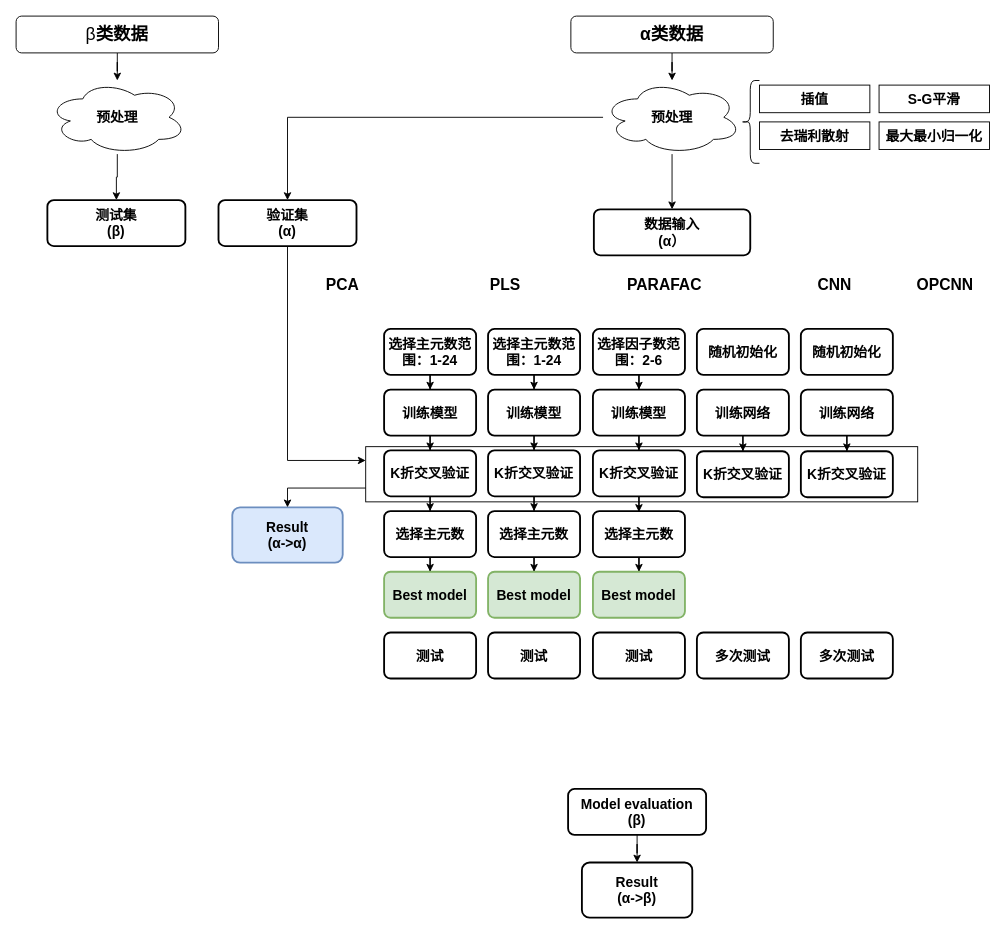
Above: big_paper/第三章.drawio in chbambooshoot/digram (draw.io), before the change. Source tidied: cells renumbered, new cells numbered last; positions are measured from the earlier drawing's top-left corner, leaving out a move shared by most shapes. Both pictures are drawn from the tidied source at 92%, with x=0, y=0 at pixel (16, 16).
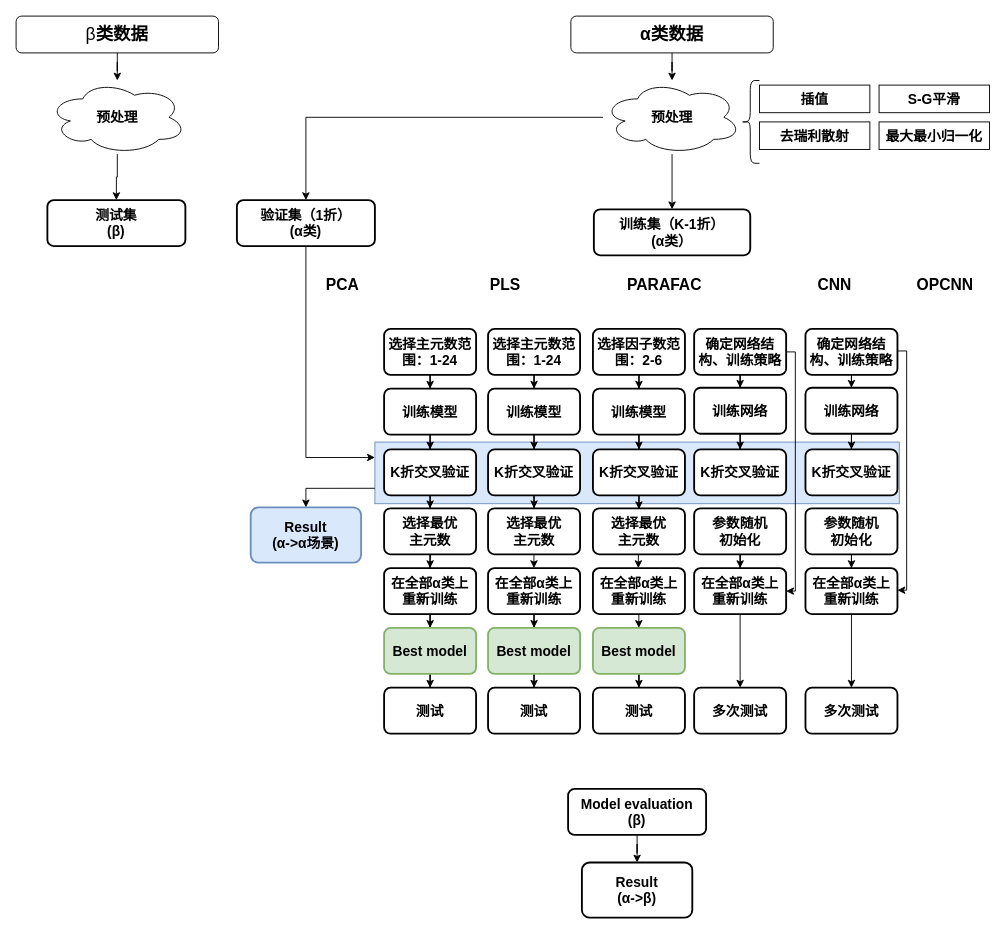
The same diagram, later.

Commit message (it also covers changes not shown here):
更新第三章.drawio

The edit, as a diff of the source:
```diff
@@
-    <mxCell id="2" style="rounded=0;whiteSpace=wrap;html=1;fillColor=none;" parent="1" vertex="1">
-      <mxGeometry x="380" y="468" width="600" height="60" as="geometry" />
+    <mxCell id="2" style="rounded=0;whiteSpace=wrap;html=1;fillColor=#dae8fc;strokeColor=#6c8ebf;" parent="1" vertex="1">
+      <mxGeometry x="390" y="463" width="570" height="67" as="geometry" />
     </mxCell>
-    <mxCell id="3" value="数据输入&lt;br style=&quot;font-size: 15px;&quot;&gt;(α）" style="rounded=1;whiteSpace=wrap;html=1;absoluteArcSize=1;arcSize=14;strokeWidth=2;fontSize=15;fontStyle=1;fontFamily=仿宋;" parent="1" vertex="1">
+    <mxCell id="3" value="训练集（K-1折）&lt;br style=&quot;font-size: 15px;&quot;&gt;(α类）" style="rounded=1;whiteSpace=wrap;html=1;absoluteArcSize=1;arcSize=14;strokeWidth=2;fontSize=15;fontStyle=1;fontFamily=仿宋;" parent="1" vertex="1">
       <mxGeometry x="628" y="210" width="170" height="50" as="geometry" />
     </mxCell>
@@
     <mxCell id="16" value="训练模型" style="rounded=1;whiteSpace=wrap;html=1;absoluteArcSize=1;arcSize=14;strokeWidth=2;fontSize=15;fontStyle=1;fontFamily=仿宋;" parent="1" vertex="1">
-      <mxGeometry x="513" y="406" width="100" height="50" as="geometry" />
+      <mxGeometry x="513" y="405" width="100" height="50" as="geometry" />
     </mxCell>
@@
     <mxCell id="18" value="训练模型" style="rounded=1;whiteSpace=wrap;html=1;absoluteArcSize=1;arcSize=14;strokeWidth=2;fontSize=15;fontStyle=1;fontFamily=仿宋;" parent="1" vertex="1">
-      <mxGeometry x="627" y="406" width="100" height="50" as="geometry" />
+      <mxGeometry x="627" y="405" width="100" height="50" as="geometry" />
     </mxCell>
@@
-    <mxCell id="20" value="训练网络" style="rounded=1;whiteSpace=wrap;html=1;absoluteArcSize=1;arcSize=14;strokeWidth=2;fontSize=15;fontStyle=1;fontFamily=仿宋;" parent="1" vertex="1">
-      <mxGeometry x="740" y="406" width="100" height="50" as="geometry" />
-    </mxCell>
@@
-    <mxCell id="24" value="验证集&lt;br style=&quot;font-size: 15px;&quot;&gt;(α)" style="rounded=1;whiteSpace=wrap;html=1;absoluteArcSize=1;arcSize=14;strokeWidth=2;fontSize=15;fontStyle=1;fontFamily=仿宋;" parent="1" vertex="1">
-      <mxGeometry x="220" y="200" width="150" height="50" as="geometry" />
+    <mxCell id="24" value="验证集（1折）&lt;br style=&quot;font-size: 15px;&quot;&gt;(α类)" style="rounded=1;whiteSpace=wrap;html=1;absoluteArcSize=1;arcSize=14;strokeWidth=2;fontSize=15;fontStyle=1;fontFamily=仿宋;" parent="1" vertex="1">
+      <mxGeometry x="240" y="200" width="150" height="50" as="geometry" />
     </mxCell>
-    <mxCell id="25" value="Result&lt;br style=&quot;font-size: 15px;&quot;&gt;(α-&amp;gt;α)" style="whiteSpace=wrap;html=1;rounded=1;arcSize=14;strokeWidth=2;fontSize=15;fontStyle=1;fontFamily=仿宋;fillColor=#dae8fc;strokeColor=#6c8ebf;" parent="1" vertex="1">
-      <mxGeometry x="235" y="534" width="120" height="60" as="geometry" />
+    <mxCell id="25" value="Result&lt;br style=&quot;font-size: 15px;&quot;&gt;(α-&amp;gt;α场景)" style="whiteSpace=wrap;html=1;rounded=1;arcSize=14;strokeWidth=2;fontSize=15;fontStyle=1;fontFamily=仿宋;fillColor=#dae8fc;strokeColor=#6c8ebf;" parent="1" vertex="1">
+      <mxGeometry x="255" y="534" width="120" height="60" as="geometry" />
     </mxCell>
@@
-    <mxCell id="33" value="训练网络" style="rounded=1;whiteSpace=wrap;html=1;absoluteArcSize=1;arcSize=14;strokeWidth=2;fontSize=15;fontStyle=1;fontFamily=仿宋;" parent="1" vertex="1">
-      <mxGeometry x="853" y="406" width="100" height="50" as="geometry" />
-    </mxCell>
@@
     <mxCell id="45" value="训练模型" style="rounded=1;whiteSpace=wrap;html=1;absoluteArcSize=1;arcSize=14;strokeWidth=2;fontSize=15;fontStyle=1;fontFamily=仿宋;" parent="1" vertex="1">
-      <mxGeometry x="400" y="406" width="100" height="50" as="geometry" />
+      <mxGeometry x="400" y="405" width="100" height="50" as="geometry" />
     </mxCell>
@@
     <mxCell id="47" value="K折交叉验证" style="rounded=1;whiteSpace=wrap;html=1;absoluteArcSize=1;arcSize=14;strokeWidth=2;fontSize=15;fontStyle=1;fontFamily=仿宋;" parent="1" vertex="1">
-      <mxGeometry x="400" y="472" width="100" height="50" as="geometry" />
+      <mxGeometry x="400" y="471" width="100" height="50" as="geometry" />
     </mxCell>
@@
     <mxCell id="49" value="K折交叉验证" style="rounded=1;whiteSpace=wrap;html=1;absoluteArcSize=1;arcSize=14;strokeWidth=2;fontSize=15;fontStyle=1;fontFamily=仿宋;" parent="1" vertex="1">
-      <mxGeometry x="513" y="472" width="100" height="50" as="geometry" />
+      <mxGeometry x="513" y="471" width="100" height="50" as="geometry" />
     </mxCell>
     <mxCell id="50" value="K折交叉验证" style="rounded=1;whiteSpace=wrap;html=1;absoluteArcSize=1;arcSize=14;strokeWidth=2;fontSize=15;fontStyle=1;fontFamily=仿宋;" parent="1" vertex="1">
-      <mxGeometry x="740" y="473" width="100" height="50" as="geometry" />
+      <mxGeometry x="737" y="471" width="100" height="50" as="geometry" />
     </mxCell>
     <mxCell id="51" value="K折交叉验证" style="rounded=1;whiteSpace=wrap;html=1;absoluteArcSize=1;arcSize=14;strokeWidth=2;fontSize=15;fontStyle=1;fontFamily=仿宋;" parent="1" vertex="1">
-      <mxGeometry x="853" y="473" width="100" height="50" as="geometry" />
+      <mxGeometry x="858" y="471" width="100" height="50" as="geometry" />
     </mxCell>
-    <mxCell id="52" style="edgeStyle=orthogonalEdgeStyle;rounded=0;jettySize=auto;html=1;entryX=0.5;entryY=0;entryDx=0;entryDy=0;" parent="1" edge="1" source="53" target="60">
-      <mxGeometry relative="1" as="geometry" />
-    </mxCell>
+    <mxCell id="71" style="edgeStyle=orthogonalEdgeStyle;rounded=0;jettySize=auto;html=1;" parent="1" edge="1" source="53" target="77">
+      <mxGeometry relative="1" as="geometry" />
+    </mxCell>
-    <mxCell id="53" value="选择主元数" style="rounded=1;whiteSpace=wrap;html=1;absoluteArcSize=1;arcSize=14;strokeWidth=2;fontSize=15;fontStyle=1;fontFamily=仿宋;" parent="1" vertex="1">
-      <mxGeometry x="400" y="538" width="100" height="50" as="geometry" />
+    <mxCell id="53" value="选择最优&lt;br&gt;主元数" style="rounded=1;whiteSpace=wrap;html=1;absoluteArcSize=1;arcSize=14;strokeWidth=2;fontSize=15;fontStyle=1;fontFamily=仿宋;" parent="1" vertex="1">
+      <mxGeometry x="400" y="535" width="100" height="50" as="geometry" />
     </mxCell>
-    <mxCell id="54" style="edgeStyle=orthogonalEdgeStyle;rounded=0;jettySize=auto;html=1;" parent="1" edge="1" source="55" target="58">
-      <mxGeometry relative="1" as="geometry" />
-    </mxCell>
-    <mxCell id="55" value="选择主元数" style="rounded=1;whiteSpace=wrap;html=1;absoluteArcSize=1;arcSize=14;strokeWidth=2;fontSize=15;fontStyle=1;fontFamily=仿宋;" parent="1" vertex="1">
-      <mxGeometry x="513" y="538" width="100" height="50" as="geometry" />
+    <mxCell id="55" value="选择最优&lt;br style=&quot;border-color: var(--border-color);&quot;&gt;主元数" style="rounded=1;whiteSpace=wrap;html=1;absoluteArcSize=1;arcSize=14;strokeWidth=2;fontSize=15;fontStyle=1;fontFamily=仿宋;" parent="1" vertex="1">
+      <mxGeometry x="513" y="535" width="100" height="50" as="geometry" />
     </mxCell>
-    <mxCell id="56" style="edgeStyle=orthogonalEdgeStyle;rounded=0;jettySize=auto;html=1;" parent="1" edge="1" source="63" target="59">
-      <mxGeometry relative="1" as="geometry" />
-    </mxCell>
@@
-    <mxCell id="58" value="Best model" style="rounded=1;whiteSpace=wrap;html=1;absoluteArcSize=1;arcSize=14;strokeWidth=2;fillColor=#d5e8d4;strokeColor=#82b366;fontSize=15;fontStyle=1;fontFamily=仿宋;" parent="1" vertex="1">
-      <mxGeometry x="513" y="604" width="100" height="50" as="geometry" />
-    </mxCell>
-    <mxCell id="59" value="Best model" style="rounded=1;whiteSpace=wrap;html=1;absoluteArcSize=1;arcSize=14;strokeWidth=2;fillColor=#d5e8d4;strokeColor=#82b366;fontSize=15;fontStyle=1;fontFamily=仿宋;" parent="1" vertex="1">
-      <mxGeometry x="627" y="604" width="100" height="50" as="geometry" />
-    </mxCell>
-    <mxCell id="60" value="Best model" style="rounded=1;whiteSpace=wrap;html=1;absoluteArcSize=1;arcSize=14;strokeWidth=2;fillColor=#d5e8d4;strokeColor=#82b366;fontSize=15;fontStyle=1;fontFamily=仿宋;" parent="1" vertex="1">
-      <mxGeometry x="400" y="604" width="100" height="50" as="geometry" />
-    </mxCell>
+    <mxCell id="72" style="edgeStyle=orthogonalEdgeStyle;rounded=0;jettySize=auto;html=1;" parent="1" edge="1" source="58" target="65">
+      <mxGeometry relative="1" as="geometry" />
+    </mxCell>
+    <mxCell id="73" style="edgeStyle=orthogonalEdgeStyle;rounded=0;jettySize=auto;html=1;" parent="1" edge="1" source="60" target="64">
+      <mxGeometry relative="1" as="geometry" />
+    </mxCell>
@@
     <mxCell id="62" value="K折交叉验证" style="rounded=1;whiteSpace=wrap;html=1;absoluteArcSize=1;arcSize=14;strokeWidth=2;fontSize=15;fontStyle=1;fontFamily=仿宋;" parent="1" vertex="1">
-      <mxGeometry x="627" y="472" width="100" height="50" as="geometry" />
+      <mxGeometry x="627" y="471" width="100" height="50" as="geometry" />
     </mxCell>
-    <mxCell id="63" value="选择主元数" style="rounded=1;whiteSpace=wrap;html=1;absoluteArcSize=1;arcSize=14;strokeWidth=2;fontSize=15;fontStyle=1;fontFamily=仿宋;" parent="1" vertex="1">
-      <mxGeometry x="627" y="538" width="100" height="50" as="geometry" />
+    <mxCell id="63" value="选择最优&lt;br style=&quot;border-color: var(--border-color);&quot;&gt;主元数" style="rounded=1;whiteSpace=wrap;html=1;absoluteArcSize=1;arcSize=14;strokeWidth=2;fontSize=15;fontStyle=1;fontFamily=仿宋;" parent="1" vertex="1">
+      <mxGeometry x="627" y="535" width="100" height="50" as="geometry" />
     </mxCell>
     <mxCell id="64" value="测试" style="rounded=1;whiteSpace=wrap;html=1;absoluteArcSize=1;arcSize=14;strokeWidth=2;fontSize=15;fontStyle=1;fontFamily=仿宋;" parent="1" vertex="1">
-      <mxGeometry x="400" y="670" width="100" height="50" as="geometry" />
+      <mxGeometry x="400" y="730" width="100" height="50" as="geometry" />
     </mxCell>
     <mxCell id="65" value="测试" style="rounded=1;whiteSpace=wrap;html=1;absoluteArcSize=1;arcSize=14;strokeWidth=2;fontSize=15;fontStyle=1;fontFamily=仿宋;" parent="1" vertex="1">
-      <mxGeometry x="513" y="670" width="100" height="50" as="geometry" />
+      <mxGeometry x="513" y="730" width="100" height="50" as="geometry" />
     </mxCell>
-    <mxCell id="66" value="测试" style="rounded=1;whiteSpace=wrap;html=1;absoluteArcSize=1;arcSize=14;strokeWidth=2;fontSize=15;fontStyle=1;fontFamily=仿宋;" parent="1" vertex="1">
-      <mxGeometry x="627" y="670" width="100" height="50" as="geometry" />
-    </mxCell>
     <mxCell id="67" value="多次测试" style="rounded=1;whiteSpace=wrap;html=1;absoluteArcSize=1;arcSize=14;strokeWidth=2;fontSize=15;fontStyle=1;fontFamily=仿宋;" parent="1" vertex="1">
-      <mxGeometry x="740" y="670" width="100" height="50" as="geometry" />
+      <mxGeometry x="737" y="730" width="100" height="50" as="geometry" />
     </mxCell>
     <mxCell id="68" value="多次测试" style="rounded=1;whiteSpace=wrap;html=1;absoluteArcSize=1;arcSize=14;strokeWidth=2;fontSize=15;fontStyle=1;fontFamily=仿宋;" parent="1" vertex="1">
-      <mxGeometry x="853" y="670" width="100" height="50" as="geometry" />
+      <mxGeometry x="858" y="730" width="100" height="50" as="geometry" />
     </mxCell>
+    <mxCell id="74" style="edgeStyle=orthogonalEdgeStyle;rounded=0;jettySize=auto;html=1;" parent="1" edge="1" source="69" target="80">
+      <mxGeometry relative="1" as="geometry" />
+    </mxCell>
-    <mxCell id="69" value="随机初始化" style="rounded=1;whiteSpace=wrap;html=1;absoluteArcSize=1;arcSize=14;strokeWidth=2;fontSize=15;fontStyle=1;fontFamily=仿宋;" parent="1" vertex="1">
-      <mxGeometry x="740" y="340" width="100" height="50" as="geometry" />
+    <mxCell id="69" value="参数随机&lt;br&gt;初始化" style="rounded=1;whiteSpace=wrap;html=1;absoluteArcSize=1;arcSize=14;strokeWidth=2;fontSize=15;fontStyle=1;fontFamily=仿宋;" parent="1" vertex="1">
+      <mxGeometry x="737" y="535" width="100" height="50" as="geometry" />
     </mxCell>
+    <mxCell id="75" style="edgeStyle=orthogonalEdgeStyle;rounded=0;jettySize=auto;html=1;" parent="1" edge="1" source="70" target="82">
+      <mxGeometry relative="1" as="geometry" />
+    </mxCell>
-    <mxCell id="70" value="随机初始化" style="rounded=1;whiteSpace=wrap;html=1;absoluteArcSize=1;arcSize=14;strokeWidth=2;fontSize=15;fontStyle=1;fontFamily=仿宋;" parent="1" vertex="1">
-      <mxGeometry x="853" y="340" width="100" height="50" as="geometry" />
+    <mxCell id="70" value="参数随机&lt;br style=&quot;border-color: var(--border-color);&quot;&gt;初始化" style="rounded=1;whiteSpace=wrap;html=1;absoluteArcSize=1;arcSize=14;strokeWidth=2;fontSize=15;fontStyle=1;fontFamily=仿宋;" parent="1" vertex="1">
+      <mxGeometry x="858" y="535" width="100" height="50" as="geometry" />
     </mxCell>
+    <mxCell id="76" style="edgeStyle=orthogonalEdgeStyle;rounded=0;jettySize=auto;html=1;" parent="1" edge="1" source="77" target="60">
+      <mxGeometry relative="1" as="geometry" />
+    </mxCell>
+    <mxCell id="77" value="在全部α类上重新训练" style="rounded=1;whiteSpace=wrap;html=1;absoluteArcSize=1;arcSize=14;strokeWidth=2;fontSize=15;fontStyle=1;fontFamily=仿宋;" parent="1" vertex="1">
+      <mxGeometry x="400" y="600" width="100" height="50" as="geometry" />
+    </mxCell>
+    <mxCell id="78" value="在全部α类上重新训练" style="rounded=1;whiteSpace=wrap;html=1;absoluteArcSize=1;arcSize=14;strokeWidth=2;fontSize=15;fontStyle=1;fontFamily=仿宋;" parent="1" vertex="1">
+      <mxGeometry x="627" y="600" width="100" height="50" as="geometry" />
+    </mxCell>
+    <mxCell id="79" style="edgeStyle=orthogonalEdgeStyle;rounded=0;jettySize=auto;html=1;" parent="1" edge="1" source="80" target="67">
+      <mxGeometry relative="1" as="geometry" />
+    </mxCell>
+    <mxCell id="80" value="在全部α类上重新训练" style="rounded=1;whiteSpace=wrap;html=1;absoluteArcSize=1;arcSize=14;strokeWidth=2;fontSize=15;fontStyle=1;fontFamily=仿宋;" parent="1" vertex="1">
+      <mxGeometry x="737" y="600" width="100" height="50" as="geometry" />
+    </mxCell>
+    <mxCell id="81" style="edgeStyle=orthogonalEdgeStyle;rounded=0;jettySize=auto;html=1;" parent="1" edge="1" source="82" target="68">
+      <mxGeometry relative="1" as="geometry" />
+    </mxCell>
+    <mxCell id="82" value="在全部α类上重新训练" style="rounded=1;whiteSpace=wrap;html=1;absoluteArcSize=1;arcSize=14;strokeWidth=2;fontSize=15;fontStyle=1;fontFamily=仿宋;" parent="1" vertex="1">
+      <mxGeometry x="858" y="600" width="100" height="50" as="geometry" />
+    </mxCell>
+    <mxCell id="83" style="edgeStyle=orthogonalEdgeStyle;rounded=0;orthogonalLoop=1;jettySize=auto;html=1;entryX=0.5;entryY=0;entryDx=0;entryDy=0;" parent="1" edge="1">
+      <mxGeometry relative="1" as="geometry">
+        <mxPoint x="676.9" y="650" as="sourcePoint" />
+        <mxPoint x="676.9" y="665" as="targetPoint" />
+      </mxGeometry>
+    </mxCell>
+    <mxCell id="84" style="edgeStyle=orthogonalEdgeStyle;rounded=0;jettySize=auto;html=1;" parent="1" edge="1" source="59" target="66">
+      <mxGeometry relative="1" as="geometry" />
+    </mxCell>
+    <mxCell id="59" value="Best model" style="rounded=1;whiteSpace=wrap;html=1;absoluteArcSize=1;arcSize=14;strokeWidth=2;fillColor=#d5e8d4;strokeColor=#82b366;fontSize=15;fontStyle=1;fontFamily=仿宋;" parent="1" vertex="1">
+      <mxGeometry x="627" y="665" width="100" height="50" as="geometry" />
+    </mxCell>
+    <mxCell id="60" value="Best model" style="rounded=1;whiteSpace=wrap;html=1;absoluteArcSize=1;arcSize=14;strokeWidth=2;fillColor=#d5e8d4;strokeColor=#82b366;fontSize=15;fontStyle=1;fontFamily=仿宋;" parent="1" vertex="1">
+      <mxGeometry x="400" y="665" width="100" height="50" as="geometry" />
+    </mxCell>
+    <mxCell id="85" style="edgeStyle=orthogonalEdgeStyle;rounded=0;jettySize=auto;html=1;entryX=0.5;entryY=0;entryDx=0;entryDy=0;" parent="1" edge="1" source="86" target="58">
+      <mxGeometry relative="1" as="geometry" />
+    </mxCell>
+    <mxCell id="58" value="Best model" style="rounded=1;whiteSpace=wrap;html=1;absoluteArcSize=1;arcSize=14;strokeWidth=2;fillColor=#d5e8d4;strokeColor=#82b366;fontSize=15;fontStyle=1;fontFamily=仿宋;" parent="1" vertex="1">
+      <mxGeometry x="513" y="665" width="100" height="50" as="geometry" />
+    </mxCell>
+    <mxCell id="66" value="测试" style="rounded=1;whiteSpace=wrap;html=1;absoluteArcSize=1;arcSize=14;strokeWidth=2;fontSize=15;fontStyle=1;fontFamily=仿宋;" parent="1" vertex="1">
+      <mxGeometry x="627" y="730" width="100" height="50" as="geometry" />
+    </mxCell>
+    <mxCell id="86" value="在全部α类上重新训练" style="rounded=1;whiteSpace=wrap;html=1;absoluteArcSize=1;arcSize=14;strokeWidth=2;fontSize=15;fontStyle=1;fontFamily=仿宋;" parent="1" vertex="1">
+      <mxGeometry x="513" y="600" width="100" height="50" as="geometry" />
+    </mxCell>
+    <mxCell id="87" style="edgeStyle=orthogonalEdgeStyle;rounded=0;orthogonalLoop=1;jettySize=auto;html=1;entryX=0.5;entryY=0;entryDx=0;entryDy=0;" parent="1" edge="1">
+      <mxGeometry relative="1" as="geometry">
+        <mxPoint x="562.9" y="585" as="sourcePoint" />
+        <mxPoint x="562.9" y="600" as="targetPoint" />
+      </mxGeometry>
+    </mxCell>
+    <mxCell id="88" style="edgeStyle=orthogonalEdgeStyle;rounded=0;orthogonalLoop=1;jettySize=auto;html=1;entryX=0.5;entryY=0;entryDx=0;entryDy=0;" parent="1" edge="1">
+      <mxGeometry relative="1" as="geometry">
+        <mxPoint x="676.4" y="585" as="sourcePoint" />
+        <mxPoint x="676.4" y="600" as="targetPoint" />
+      </mxGeometry>
+    </mxCell>
+    <mxCell id="89" style="edgeStyle=orthogonalEdgeStyle;rounded=0;jettySize=auto;html=1;entryX=0.5;entryY=0;entryDx=0;entryDy=0;" parent="1" edge="1" source="91" target="20">
+      <mxGeometry relative="1" as="geometry" />
+    </mxCell>
+    <mxCell id="90" style="edgeStyle=orthogonalEdgeStyle;rounded=0;jettySize=auto;html=1;entryX=1;entryY=0.5;entryDx=0;entryDy=0;exitX=1;exitY=0.5;exitDx=0;exitDy=0;" parent="1" edge="1" source="91" target="80">
+      <mxGeometry relative="1" as="geometry">
+        <Array as="points">
+          <mxPoint x="847" y="365" />
+          <mxPoint x="847" y="625" />
+        </Array>
+      </mxGeometry>
+    </mxCell>
+    <mxCell id="91" value="确定网络结构、训练策略" style="rounded=1;whiteSpace=wrap;html=1;absoluteArcSize=1;arcSize=14;strokeWidth=2;fontSize=15;fontStyle=1;fontFamily=仿宋;" parent="1" vertex="1">
+      <mxGeometry x="737" y="340" width="100" height="50" as="geometry" />
+    </mxCell>
+    <mxCell id="92" style="edgeStyle=orthogonalEdgeStyle;rounded=0;jettySize=auto;html=1;entryX=0.5;entryY=0;entryDx=0;entryDy=0;" parent="1" edge="1" source="93" target="33">
+      <mxGeometry relative="1" as="geometry" />
+    </mxCell>
+    <mxCell id="93" value="确定网络结构、训练策略" style="rounded=1;whiteSpace=wrap;html=1;absoluteArcSize=1;arcSize=14;strokeWidth=2;fontSize=15;fontStyle=1;fontFamily=仿宋;" parent="1" vertex="1">
+      <mxGeometry x="858" y="340" width="100" height="50" as="geometry" />
+    </mxCell>
+    <mxCell id="20" value="训练网络" style="rounded=1;whiteSpace=wrap;html=1;absoluteArcSize=1;arcSize=14;strokeWidth=2;fontSize=15;fontStyle=1;fontFamily=仿宋;" parent="1" vertex="1">
+      <mxGeometry x="737" y="404" width="100" height="50" as="geometry" />
+    </mxCell>
+    <mxCell id="33" value="训练网络" style="rounded=1;whiteSpace=wrap;html=1;absoluteArcSize=1;arcSize=14;strokeWidth=2;fontSize=15;fontStyle=1;fontFamily=仿宋;" parent="1" vertex="1">
+      <mxGeometry x="858" y="404" width="100" height="50" as="geometry" />
+    </mxCell>
+    <mxCell id="94" style="edgeStyle=orthogonalEdgeStyle;rounded=0;orthogonalLoop=1;jettySize=auto;html=1;entryX=1;entryY=0.5;entryDx=0;entryDy=0;exitX=1;exitY=0.5;exitDx=0;exitDy=0;" parent="1" edge="1">
+      <mxGeometry relative="1" as="geometry">
+        <mxPoint x="958" y="364" as="sourcePoint" />
+        <mxPoint x="958" y="624" as="targetPoint" />
+        <Array as="points">
+          <mxPoint x="968" y="364" />
+          <mxPoint x="968" y="624" />
+        </Array>
+      </mxGeometry>
+    </mxCell>
```
